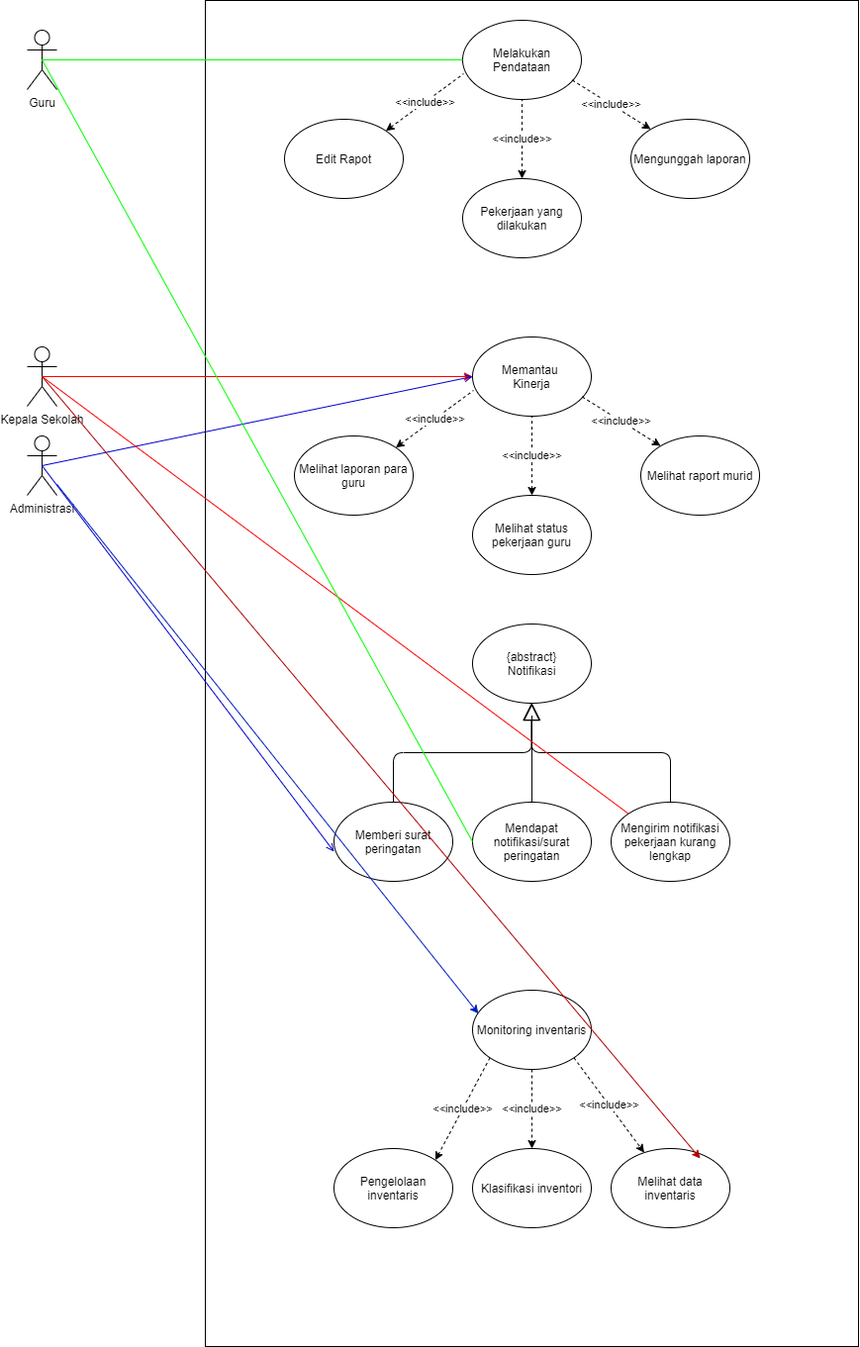
This is berkas/dokumentasi_IMoSy/use_case.png from rahayuningh/Portal-Kepsek, a draw.io export, as it was before one commit. Source tidied: cells renumbered, new cells last; positions are measured from the earlier drawing's top-left corner, leaving out a move shared by most shapes.
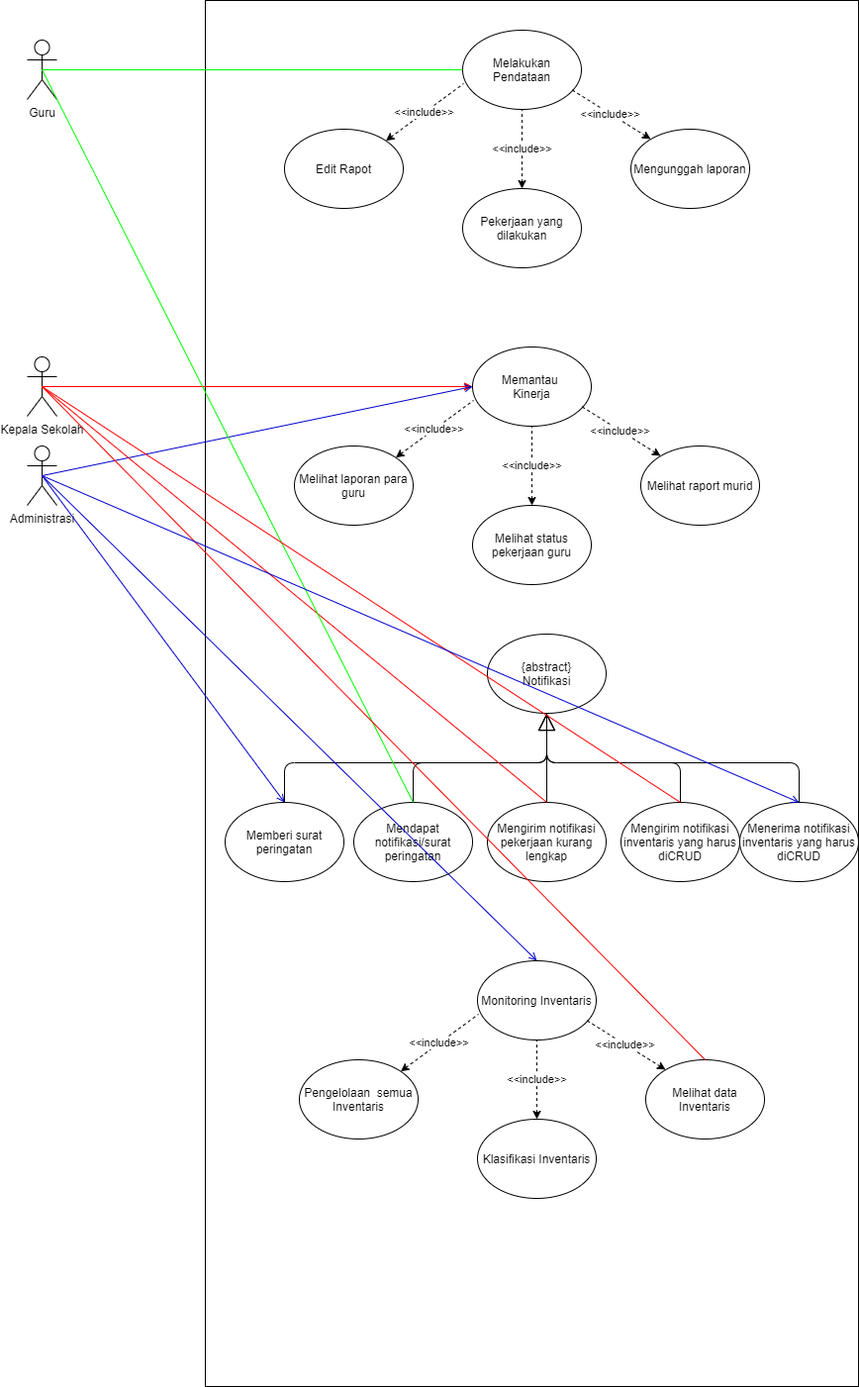
After the change.

Commit message:
Clean up some left over

Soome binaries in use_case.png is changed

What changed in the source:
```diff
@@ -3,7 +3,7 @@
     <mxCell id="0" />
     <mxCell id="1" parent="0" />
     <mxCell id="2" style="rounded=0;whiteSpace=wrap;html=1;" parent="1" vertex="1">
-      <mxGeometry x="180" width="660" height="1360" as="geometry" />
+      <mxGeometry x="180" y="-10" width="660" height="1400" as="geometry" />
     </mxCell>
     <mxCell id="3" value="Guru" style="shape=umlActor;verticalLabelPosition=bottom;labelBackgroundColor=#ffffff;verticalAlign=top;html=1;outlineConnect=0;" parent="1" vertex="1">
       <mxGeometry y="30" width="30" height="60" as="geometry" />
@@ -72,82 +72,115 @@
       <mxGeometry relative="1" as="geometry" />
     </mxCell>
     <mxCell id="23" value="{abstract}&lt;br&gt;Notifikasi" style="ellipse;whiteSpace=wrap;html=1;" parent="1" vertex="1">
-      <mxGeometry x="450" y="630" width="120" height="80" as="geometry" />
+      <mxGeometry x="465" y="630" width="120" height="80" as="geometry" />
     </mxCell>
-    <mxCell id="24" style="endArrow=block;html=1;endFill=0;endSize=15;edgeStyle=orthogonalEdgeStyle;" parent="1" edge="1" target="23">
+    <mxCell id="24" style="endArrow=block;html=1;endFill=0;endSize=15;edgeStyle=orthogonalEdgeStyle;exitX=0.5;exitY=0;exitDx=0;exitDy=0;entryX=0.5;entryY=1;entryDx=0;entryDy=0;" parent="1" edge="1" source="26" target="23">
       <mxGeometry relative="1" as="geometry">
-        <mxPoint x="370" y="810" as="sourcePoint" />
         <Array as="points">
-          <mxPoint x="370" y="760" />
-          <mxPoint x="510" y="760" />
+          <mxPoint x="260" y="760" />
+          <mxPoint x="525" y="760" />
         </Array>
       </mxGeometry>
     </mxCell>
-    <mxCell id="25" style="endArrow=block;html=1;endFill=0;endSize=15;edgeStyle=orthogonalEdgeStyle;" parent="1" edge="1">
+    <mxCell id="25" style="endArrow=block;html=1;endFill=0;endSize=15;edgeStyle=orthogonalEdgeStyle;exitX=0.5;exitY=0;exitDx=0;exitDy=0;" parent="1" edge="1" source="27" target="23">
       <mxGeometry relative="1" as="geometry">
-        <mxPoint x="650" y="810" as="sourcePoint" />
-        <mxPoint x="509.4" y="710" as="targetPoint" />
         <Array as="points">
-          <mxPoint x="650" y="760" />
-          <mxPoint x="509" y="760" />
+          <mxPoint x="525" y="720" />
+          <mxPoint x="525" y="720" />
         </Array>
       </mxGeometry>
     </mxCell>
     <mxCell id="26" value="Memberi surat peringatan" style="ellipse;whiteSpace=wrap;html=1;" parent="1" vertex="1">
-      <mxGeometry x="310" y="810" width="120" height="80" as="geometry" />
+      <mxGeometry x="200" y="800" width="120" height="80" as="geometry" />
     </mxCell>
     <mxCell id="27" value="Mengirim notifikasi pekerjaan kurang lengkap" style="ellipse;whiteSpace=wrap;html=1;" parent="1" vertex="1">
-      <mxGeometry x="590" y="810" width="120" height="80" as="geometry" />
+      <mxGeometry x="465" y="800" width="120" height="80" as="geometry" />
     </mxCell>
-    <mxCell id="28" style="endArrow=open;html=1;entryX=0;entryY=0.5;entryDx=0;entryDy=0;exitX=0.5;exitY=0.5;exitDx=0;exitDy=0;exitPerimeter=0;endFill=0;strokeColor=#0000CC;" parent="1" edge="1" source="21">
-      <mxGeometry relative="1" as="geometry">
-        <mxPoint x="310" y="860" as="targetPoint" />
-      </mxGeometry>
+    <mxCell id="28" style="endArrow=open;html=1;entryX=0.5;entryY=0;entryDx=0;entryDy=0;exitX=0.5;exitY=0.5;exitDx=0;exitDy=0;exitPerimeter=0;endFill=0;strokeColor=#0000CC;" parent="1" edge="1" source="21" target="26">
+      <mxGeometry relative="1" as="geometry" />
     </mxCell>
-    <mxCell id="29" style="endArrow=block;html=1;endFill=0;endSize=15;edgeStyle=orthogonalEdgeStyle;entryX=0.5;entryY=1;entryDx=0;entryDy=0;" parent="1" edge="1" target="23">
+    <mxCell id="29" style="endArrow=block;html=1;endFill=0;endSize=15;edgeStyle=orthogonalEdgeStyle;exitX=0.5;exitY=0;exitDx=0;exitDy=0;" parent="1" edge="1" source="30" target="23">
       <mxGeometry relative="1" as="geometry">
-        <mxPoint x="510" y="810" as="sourcePoint" />
         <Array as="points">
-          <mxPoint x="510" y="720" />
-          <mxPoint x="510" y="720" />
+          <mxPoint x="390" y="760" />
+          <mxPoint x="525" y="760" />
         </Array>
       </mxGeometry>
     </mxCell>
     <mxCell id="30" value="Mendapat notifikasi/surat peringatan" style="ellipse;whiteSpace=wrap;html=1;" parent="1" vertex="1">
-      <mxGeometry x="450" y="810" width="120" height="80" as="geometry" />
+      <mxGeometry x="330" y="800" width="120" height="80" as="geometry" />
     </mxCell>
-    <mxCell id="31" style="endArrow=none;html=1;entryX=0.5;entryY=0.5;entryDx=0;entryDy=0;entryPerimeter=0;exitX=0;exitY=0;exitDx=0;exitDy=0;strokeColor=#FF0000;" parent="1" edge="1" source="27" target="12">
+    <mxCell id="31" style="endArrow=none;html=1;entryX=0.5;entryY=0.5;entryDx=0;entryDy=0;entryPerimeter=0;strokeColor=#FF0000;exitX=0.5;exitY=0;exitDx=0;exitDy=0;" parent="1" edge="1" source="27" target="12">
       <mxGeometry relative="1" as="geometry" />
     </mxCell>
-    <mxCell id="32" style="endArrow=none;html=1;entryX=0;entryY=0.5;entryDx=0;entryDy=0;strokeColor=#00FF00;exitX=0.5;exitY=0.5;exitDx=0;exitDy=0;exitPerimeter=0;" parent="1" edge="1" source="3" target="30">
+    <mxCell id="32" style="endArrow=none;html=1;entryX=0.5;entryY=0;entryDx=0;entryDy=0;strokeColor=#00FF00;exitX=0.5;exitY=0.5;exitDx=0;exitDy=0;exitPerimeter=0;" parent="1" edge="1" source="3" target="30">
       <mxGeometry relative="1" as="geometry" />
     </mxCell>
-    <mxCell id="33" value="Monitoring inventaris" style="ellipse;whiteSpace=wrap;html=1;" parent="1" vertex="1">
-      <mxGeometry x="450" y="1000" width="120" height="80" as="geometry" />
-    </mxCell>
-    <mxCell id="34" value="Pengelolaan inventaris" style="ellipse;whiteSpace=wrap;html=1;" parent="1" vertex="1">
-      <mxGeometry x="310" y="1160" width="120" height="80" as="geometry" />
-    </mxCell>
-    <mxCell id="35" value="Klasifikasi inventori" style="ellipse;whiteSpace=wrap;html=1;" parent="1" vertex="1">
-      <mxGeometry x="450" y="1160" width="120" height="80" as="geometry" />
-    </mxCell>
-    <mxCell id="36" value="Melihat data inventaris" style="ellipse;whiteSpace=wrap;html=1;" parent="1" vertex="1">
-      <mxGeometry x="590" y="1160" width="120" height="80" as="geometry" />
-    </mxCell>
-    <mxCell id="37" value="&amp;lt;&amp;lt;include&amp;gt;&amp;gt;" style="endArrow=classic;html=1;exitX=0;exitY=1;exitDx=0;exitDy=0;entryX=1;entryY=0;entryDx=0;entryDy=0;dashed=1;" parent="1" edge="1" source="33" target="34">
-      <mxGeometry relative="1" as="geometry" />
-    </mxCell>
-    <mxCell id="38" value="&amp;lt;&amp;lt;include&amp;gt;&amp;gt;" style="endArrow=classic;html=1;dashed=1;exitX=0.5;exitY=1;exitDx=0;exitDy=0;entryX=0.5;entryY=0;entryDx=0;entryDy=0;" parent="1" edge="1" source="33" target="35">
-      <mxGeometry relative="1" as="geometry" />
-    </mxCell>
-    <mxCell id="39" value="&amp;lt;&amp;lt;include&amp;gt;&amp;gt;" style="endArrow=classic;html=1;dashed=1;exitX=1;exitY=1;exitDx=0;exitDy=0;" parent="1" edge="1" source="33" target="36">
-      <mxGeometry relative="1" as="geometry" />
-    </mxCell>
-    <mxCell id="40" style="endArrow=classic;html=1;entryX=0.049;entryY=0.295;entryDx=0;entryDy=0;entryPerimeter=0;fillColor=#0050ef;strokeColor=#001DBC;" parent="1" edge="1" source="21" target="33">
-      <mxGeometry relative="1" as="geometry" />
-    </mxCell>
-    <mxCell id="41" style="endArrow=classic;html=1;entryX=0.75;entryY=0.125;entryDx=0;entryDy=0;entryPerimeter=0;fillColor=#e51400;strokeColor=#B20000;exitX=0.5;exitY=0.5;exitDx=0;exitDy=0;exitPerimeter=0;" parent="1" edge="1" source="12" target="36">
-      <mxGeometry relative="1" as="geometry" />
-    </mxCell>
+    <mxCell id="42" value="Monitoring Inventaris" style="ellipse;whiteSpace=wrap;html=1;" parent="1" vertex="1">
+      <mxGeometry x="455" y="960" width="120" height="80" as="geometry" />
+    </mxCell>
+    <mxCell id="43" value="&amp;lt;&amp;lt;include&amp;gt;&amp;gt;" style="endArrow=none;dashed=1;html=1;entryX=0.5;entryY=1;entryDx=0;entryDy=0;exitX=0.5;exitY=0;exitDx=0;exitDy=0;startArrow=classic;startFill=1;" parent="1" edge="1" source="47" target="42">
+      <mxGeometry relative="1" as="geometry" />
+    </mxCell>
+    <mxCell id="44" value="&amp;lt;&amp;lt;include&amp;gt;&amp;gt;" style="endArrow=none;dashed=1;html=1;entryX=0.008;entryY=0.675;entryDx=0;entryDy=0;entryPerimeter=0;startArrow=classic;startFill=1;exitX=1;exitY=0;exitDx=0;exitDy=0;" parent="1" edge="1" source="46" target="42">
+      <mxGeometry relative="1" as="geometry" />
+    </mxCell>
+    <mxCell id="45" value="&amp;lt;&amp;lt;include&amp;gt;&amp;gt;" style="endArrow=none;dashed=1;html=1;startArrow=classic;startFill=1;" parent="1" edge="1">
+      <mxGeometry relative="1" as="geometry">
+        <mxPoint x="645" y="1070" as="sourcePoint" />
+        <mxPoint x="565" y="1020" as="targetPoint" />
+      </mxGeometry>
+    </mxCell>
+    <mxCell id="46" value="Pengelolaan&amp;nbsp; semua Inventaris" style="ellipse;whiteSpace=wrap;html=1;" parent="1" vertex="1">
+      <mxGeometry x="275" y="1060" width="120" height="80" as="geometry" />
+    </mxCell>
+    <mxCell id="47" value="Klasifikasi Inventaris" style="ellipse;whiteSpace=wrap;html=1;" parent="1" vertex="1">
+      <mxGeometry x="455" y="1120" width="120" height="80" as="geometry" />
+    </mxCell>
+    <mxCell id="48" value="Melihat data Inventaris" style="ellipse;whiteSpace=wrap;html=1;" parent="1" vertex="1">
+      <mxGeometry x="625" y="1060" width="120" height="80" as="geometry" />
+    </mxCell>
+    <mxCell id="49" style="endArrow=open;html=1;entryX=0.5;entryY=0;entryDx=0;entryDy=0;exitX=0.5;exitY=0.5;exitDx=0;exitDy=0;exitPerimeter=0;endFill=0;strokeColor=#0000CC;" parent="1" edge="1" target="42">
+      <mxGeometry relative="1" as="geometry">
+        <mxPoint x="15" y="470" as="sourcePoint" />
+      </mxGeometry>
+    </mxCell>
+    <mxCell id="50" style="endArrow=none;html=1;entryX=0.5;entryY=0.5;entryDx=0;entryDy=0;entryPerimeter=0;exitX=0.5;exitY=0;exitDx=0;exitDy=0;strokeColor=#FF0000;endFill=0;" parent="1" edge="1" source="48">
+      <mxGeometry relative="1" as="geometry">
+        <mxPoint x="15" y="380" as="targetPoint" />
+      </mxGeometry>
+    </mxCell>
+    <mxCell id="51" style="edgeStyle=orthogonalEdgeStyle;rounded=1;jettySize=auto;html=1;exitX=0.5;exitY=0;exitDx=0;exitDy=0;endArrow=none;endFill=0;strokeColor=#000000;entryX=0.5;entryY=1;entryDx=0;entryDy=0;" parent="1" edge="1" source="52" target="23">
+      <mxGeometry relative="1" as="geometry">
+        <Array as="points">
+          <mxPoint x="660" y="760" />
+          <mxPoint x="525" y="760" />
+        </Array>
+      </mxGeometry>
+    </mxCell>
+    <mxCell id="52" value="Mengirim notifikasi inventaris yang harus diCRUD" style="ellipse;whiteSpace=wrap;html=1;" parent="1" vertex="1">
+      <mxGeometry x="600" y="800" width="120" height="80" as="geometry" />
+    </mxCell>
+    <mxCell id="53" style="edgeStyle=orthogonalEdgeStyle;rounded=1;jettySize=auto;html=1;exitX=0.5;exitY=0;exitDx=0;exitDy=0;endArrow=none;endFill=0;strokeColor=#000000;" parent="1" edge="1" source="54" target="23">
+      <mxGeometry relative="1" as="geometry">
+        <Array as="points">
+          <mxPoint x="780" y="760" />
+          <mxPoint x="525" y="760" />
+        </Array>
+      </mxGeometry>
+    </mxCell>
+    <mxCell id="54" value="Menerima notifikasi inventaris yang harus diCRUD" style="ellipse;whiteSpace=wrap;html=1;" parent="1" vertex="1">
+      <mxGeometry x="720" y="800" width="120" height="80" as="geometry" />
+    </mxCell>
+    <mxCell id="55" style="endArrow=none;html=1;entryX=0.5;entryY=0.5;entryDx=0;entryDy=0;entryPerimeter=0;exitX=0.5;exitY=0;exitDx=0;exitDy=0;strokeColor=#FF0000;endFill=0;" parent="1" edge="1" source="52">
+      <mxGeometry relative="1" as="geometry">
+        <mxPoint x="15" y="380" as="targetPoint" />
+      </mxGeometry>
+    </mxCell>
+    <mxCell id="56" style="endArrow=open;html=1;entryX=0.5;entryY=0;entryDx=0;entryDy=0;exitX=0.5;exitY=0.5;exitDx=0;exitDy=0;exitPerimeter=0;endFill=0;strokeColor=#0000CC;" parent="1" edge="1" target="54">
+      <mxGeometry relative="1" as="geometry">
+        <mxPoint x="15" y="470" as="sourcePoint" />
+      </mxGeometry>
+    </mxCell>
   </root>
 </mxGraphModel>
```
